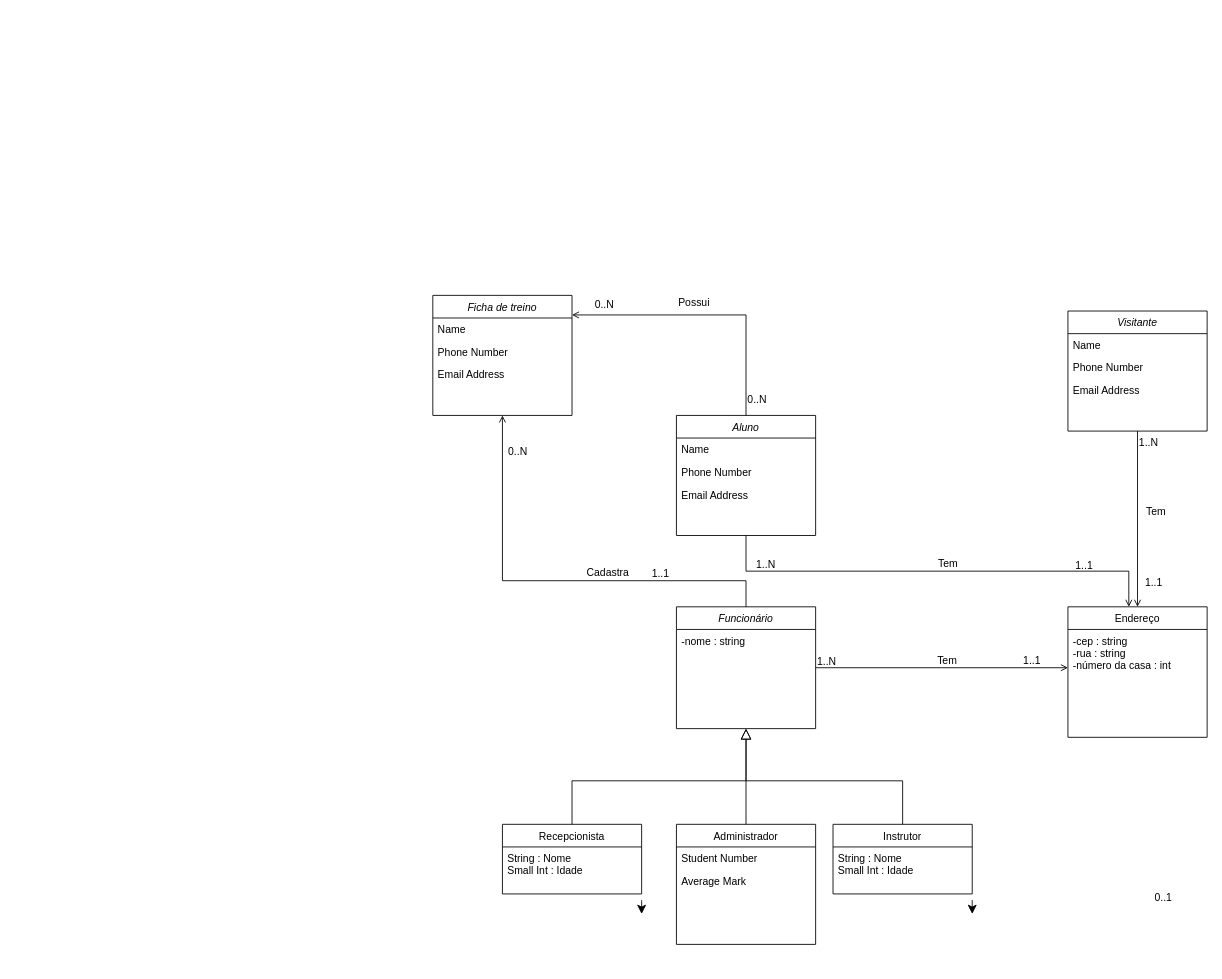
Before: Diagrama sem nome.drawio in LeandroSLm/Class-Diagram, a draw.io diagram. Source tidied: cells renumbered, new cells numbered last; positions are measured from the earlier drawing's top-left corner, leaving out a move shared by most shapes. Both pictures are drawn from the tidied source at 87%, with x=0, y=0 at pixel (432, 295).
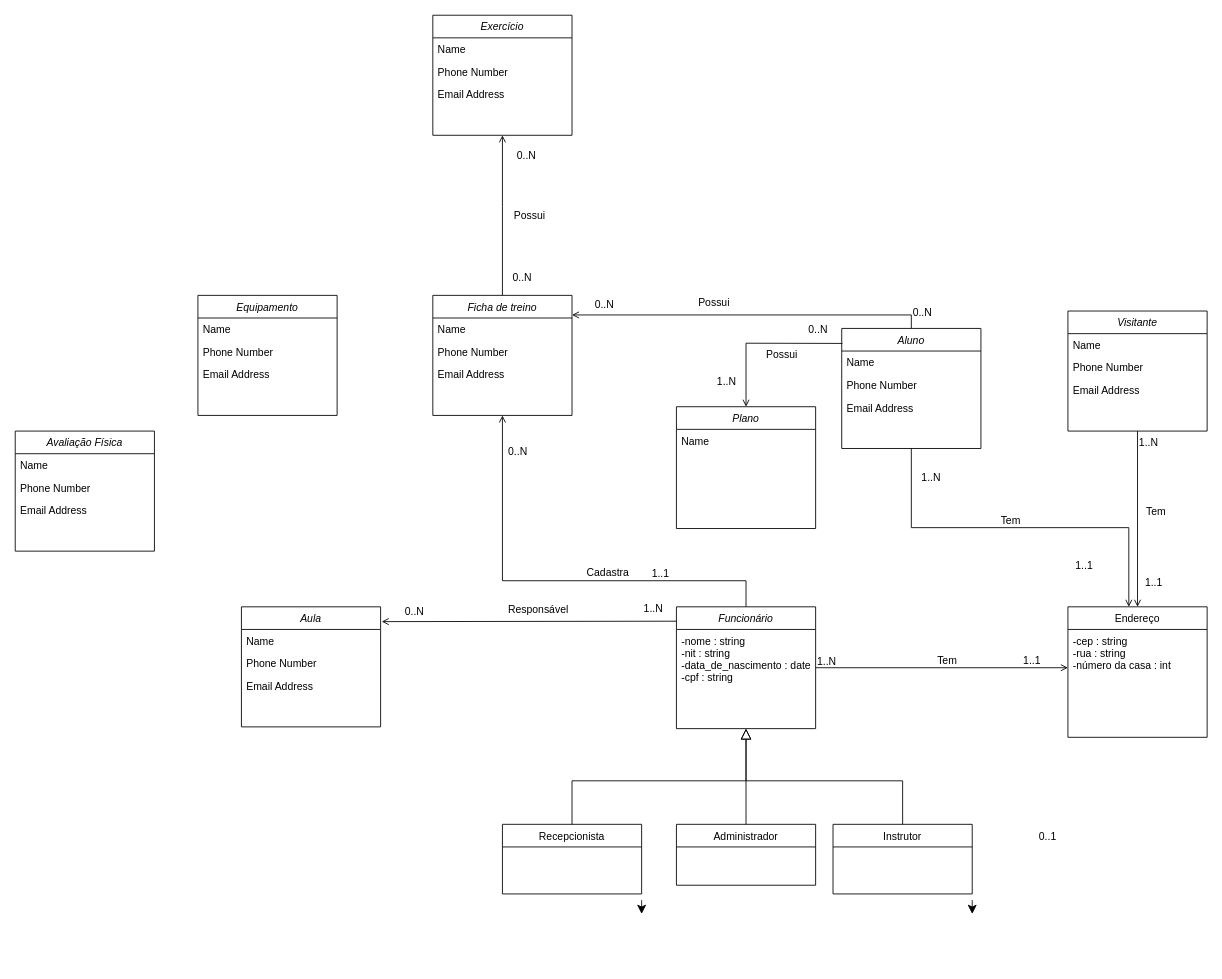
The same diagram, later.

Unchanged cells that the change refers to:
```xml
<mxCell id="2" value="Funcionário" style="swimlane;fontStyle=2;align=center;verticalAlign=top;horizontal=1;startSize=26;rounded=0;shadow=0;strokeWidth=1;" parent="1" vertex="1">
  <mxGeometry x="280" y="358" width="160" height="140" as="geometry" />
</mxCell>
<mxCell id="8" value="Instrutor" style="swimlane;fontStyle=0;align=center;verticalAlign=top;horizontal=1;startSize=26;rounded=0;shadow=0;strokeWidth=1;" parent="1" vertex="1">
  <mxGeometry x="460" y="608" width="160" height="80" as="geometry" />
</mxCell>
<mxCell id="23" value="Recepcionista" style="swimlane;fontStyle=0;align=center;verticalAlign=top;horizontal=1;startSize=26;rounded=0;shadow=0;strokeWidth=1;" parent="1" vertex="1">
  <mxGeometry x="80" y="608" width="160" height="80" as="geometry" />
</mxCell>
<mxCell id="31" value="Ficha de treino" style="swimlane;fontStyle=2;align=center;verticalAlign=top;horizontal=1;startSize=26;rounded=0;shadow=0;strokeWidth=1;" parent="1" vertex="1">
  <mxGeometry width="160" height="138" as="geometry" />
</mxCell>
```

The edit, as a diff of the source:
```diff
@@
-    <mxCell id="3" value="-nome : string" style="text;align=left;verticalAlign=top;spacingLeft=4;spacingRight=4;overflow=hidden;" parent="2" vertex="1">
+    <mxCell id="3" value="-nome : string&#10;-nit : string&#10;-data_de_nascimento : date&#10;-cpf : string&#10;" style="text;align=left;verticalAlign=top;spacingLeft=4;spacingRight=4;overflow=hidden;" parent="2" vertex="1">
       <mxGeometry y="26" width="160" height="114" as="geometry" />
     </mxCell>
     <mxCell id="4" value="Administrador" style="swimlane;fontStyle=0;align=center;verticalAlign=top;horizontal=1;startSize=26;rounded=0;shadow=0;strokeWidth=1;" parent="1" vertex="1">
-      <mxGeometry x="280" y="608" width="160" height="138" as="geometry" />
+      <mxGeometry x="280" y="608" width="160" height="70" as="geometry" />
     </mxCell>
-    <mxCell id="5" value="Student Number" style="text;align=left;verticalAlign=top;spacingLeft=4;spacingRight=4;overflow=hidden;" parent="4" vertex="1">
-      <mxGeometry y="26" width="160" height="26" as="geometry" />
-    </mxCell>
-    <mxCell id="6" value="Average Mark" style="text;align=left;verticalAlign=top;spacingLeft=4;spacingRight=4;overflow=hidden;rounded=0;shadow=0;html=0;" parent="4" vertex="1">
-      <mxGeometry y="52" width="160" height="26" as="geometry" />
-    </mxCell>
@@
-    <mxCell id="9" value="String : Nome&#10;Small Int : Idade&#10;" style="text;align=left;verticalAlign=top;spacingLeft=4;spacingRight=4;overflow=hidden;" parent="8" vertex="1">
-      <mxGeometry y="26" width="160" height="34" as="geometry" />
-    </mxCell>
@@
     <mxCell id="22" value="0..1" style="align=left;verticalAlign=bottom;labelBackgroundColor=none;fontSize=12;" parent="1" vertex="1">
-      <mxGeometry x="828" y="701" as="geometry" />
+      <mxGeometry x="830" y="768" as="geometry">
+        <mxPoint x="-135" y="-138" as="offset" />
+      </mxGeometry>
     </mxCell>
@@
-    <mxCell id="24" value="String : Nome&#10;Small Int : Idade&#10;" style="text;align=left;verticalAlign=top;spacingLeft=4;spacingRight=4;overflow=hidden;" parent="23" vertex="1">
+    <mxCell id="24" value="&#10;" style="text;align=left;verticalAlign=top;spacingLeft=4;spacingRight=4;overflow=hidden;" parent="23" vertex="1">
       <mxGeometry y="26" width="160" height="34" as="geometry" />
     </mxCell>
@@
     <mxCell id="27" value="Aluno&#10;" style="swimlane;fontStyle=2;align=center;verticalAlign=top;horizontal=1;startSize=26;rounded=0;shadow=0;strokeWidth=1;" parent="1" vertex="1">
-      <mxGeometry x="280" y="138" width="160" height="138" as="geometry" />
+      <mxGeometry x="470" y="38" width="160" height="138" as="geometry" />
     </mxCell>
@@
+    <mxCell id="51" value="Aula&#10;" style="swimlane;fontStyle=2;align=center;verticalAlign=top;horizontal=1;startSize=26;rounded=0;shadow=0;strokeWidth=1;" parent="1" vertex="1">
+      <mxGeometry x="-220" y="358" width="160" height="138" as="geometry" />
+    </mxCell>
+    <mxCell id="52" value="Name" style="text;align=left;verticalAlign=top;spacingLeft=4;spacingRight=4;overflow=hidden;" parent="51" vertex="1">
+      <mxGeometry y="26" width="160" height="26" as="geometry" />
+    </mxCell>
+    <mxCell id="53" value="Phone Number" style="text;align=left;verticalAlign=top;spacingLeft=4;spacingRight=4;overflow=hidden;rounded=0;shadow=0;html=0;" parent="51" vertex="1">
+      <mxGeometry y="52" width="160" height="26" as="geometry" />
+    </mxCell>
+    <mxCell id="54" value="Email Address" style="text;align=left;verticalAlign=top;spacingLeft=4;spacingRight=4;overflow=hidden;rounded=0;shadow=0;html=0;" parent="51" vertex="1">
+      <mxGeometry y="78" width="160" height="26" as="geometry" />
+    </mxCell>
+    <mxCell id="55" style="endArrow=open;shadow=0;strokeWidth=1;rounded=0;curved=0;endFill=1;edgeStyle=elbowEdgeStyle;elbow=vertical;exitX=0.002;exitY=0.118;exitDx=0;exitDy=0;exitPerimeter=0;entryX=1.008;entryY=0.127;entryDx=0;entryDy=0;entryPerimeter=0;" parent="1" edge="1" source="2" target="51">
+      <mxGeometry x="0.5" y="41" relative="1" as="geometry">
+        <mxPoint x="-40" y="32" as="offset" />
+      </mxGeometry>
+    </mxCell>
+    <mxCell id="56" value="1..N" style="align=left;verticalAlign=bottom;labelBackgroundColor=none;fontSize=12;" parent="55" vertex="1">
+      <mxGeometry x="-1" relative="1" as="geometry">
+        <mxPoint x="-40" y="-7" as="offset" />
+      </mxGeometry>
+    </mxCell>
+    <mxCell id="57" value="0..N" style="align=right;verticalAlign=bottom;labelBackgroundColor=none;fontSize=12;" parent="55" vertex="1">
+      <mxGeometry x="1" relative="1" as="geometry">
+        <mxPoint x="50" y="-4" as="offset" />
+      </mxGeometry>
+    </mxCell>
+    <mxCell id="58" value="Responsável" style="text;html=1;align=center;verticalAlign=middle;labelBackgroundColor=none;rounded=0;shadow=0;strokeWidth=1;fontSize=12;" parent="55" vertex="1">
+      <mxGeometry x="0.5" y="49" relative="1" as="geometry">
+        <mxPoint x="95" y="-63" as="offset" />
+      </mxGeometry>
+    </mxCell>
+    <mxCell id="59" value="Plano" style="swimlane;fontStyle=2;align=center;verticalAlign=top;horizontal=1;startSize=26;rounded=0;shadow=0;strokeWidth=1;" parent="1" vertex="1">
+      <mxGeometry x="280" y="128" width="160" height="140" as="geometry" />
+    </mxCell>
+    <mxCell id="60" value="Name" style="text;align=left;verticalAlign=top;spacingLeft=4;spacingRight=4;overflow=hidden;" parent="59" vertex="1">
+      <mxGeometry y="26" width="160" height="114" as="geometry" />
+    </mxCell>
+    <mxCell id="61" style="endArrow=open;shadow=0;strokeWidth=1;rounded=0;curved=0;endFill=1;edgeStyle=elbowEdgeStyle;elbow=vertical;exitX=0.005;exitY=0.125;exitDx=0;exitDy=0;exitPerimeter=0;entryX=0.5;entryY=0;entryDx=0;entryDy=0;" parent="1" edge="1" source="27" target="59">
+      <mxGeometry x="0.5" y="41" relative="1" as="geometry">
+        <Array as="points">
+          <mxPoint x="420" y="55" />
+        </Array>
+        <mxPoint x="-40" y="32" as="offset" />
+      </mxGeometry>
+    </mxCell>
+    <mxCell id="62" value="0..N" style="align=left;verticalAlign=bottom;labelBackgroundColor=none;fontSize=12;" parent="61" vertex="1">
+      <mxGeometry x="-1" relative="1" as="geometry">
+        <mxPoint x="-41" y="-7" as="offset" />
+      </mxGeometry>
+    </mxCell>
+    <mxCell id="63" value="1..N" style="align=right;verticalAlign=bottom;labelBackgroundColor=none;fontSize=12;" parent="61" vertex="1">
+      <mxGeometry x="1" relative="1" as="geometry">
+        <mxPoint x="-10" y="-20" as="offset" />
+      </mxGeometry>
+    </mxCell>
+    <mxCell id="64" value="Possui" style="text;html=1;align=center;verticalAlign=middle;labelBackgroundColor=none;rounded=0;shadow=0;strokeWidth=1;fontSize=12;" parent="61" vertex="1">
+      <mxGeometry x="0.5" y="49" relative="1" as="geometry">
+        <mxPoint x="-9" y="-14" as="offset" />
+      </mxGeometry>
+    </mxCell>
+    <mxCell id="65" value="Equipamento" style="swimlane;fontStyle=2;align=center;verticalAlign=top;horizontal=1;startSize=26;rounded=0;shadow=0;strokeWidth=1;" parent="1" vertex="1">
+      <mxGeometry x="-270" width="160" height="138" as="geometry" />
+    </mxCell>
+    <mxCell id="66" value="Name" style="text;align=left;verticalAlign=top;spacingLeft=4;spacingRight=4;overflow=hidden;" parent="65" vertex="1">
+      <mxGeometry y="26" width="160" height="26" as="geometry" />
+    </mxCell>
+    <mxCell id="67" value="Phone Number" style="text;align=left;verticalAlign=top;spacingLeft=4;spacingRight=4;overflow=hidden;rounded=0;shadow=0;html=0;" parent="65" vertex="1">
+      <mxGeometry y="52" width="160" height="26" as="geometry" />
+    </mxCell>
+    <mxCell id="68" value="Email Address" style="text;align=left;verticalAlign=top;spacingLeft=4;spacingRight=4;overflow=hidden;rounded=0;shadow=0;html=0;" parent="65" vertex="1">
+      <mxGeometry y="78" width="160" height="26" as="geometry" />
+    </mxCell>
+    <mxCell id="69" style="edgeStyle=none;curved=1;rounded=0;orthogonalLoop=1;jettySize=auto;html=1;exitX=0.75;exitY=0;exitDx=0;exitDy=0;fontSize=12;startSize=8;endSize=8;" parent="1" edge="1" source="65" target="65">
+      <mxGeometry relative="1" as="geometry" />
+    </mxCell>
+    <mxCell id="70" value="Exercício" style="swimlane;fontStyle=2;align=center;verticalAlign=top;horizontal=1;startSize=26;rounded=0;shadow=0;strokeWidth=1;" parent="1" vertex="1">
+      <mxGeometry y="-322" width="160" height="138" as="geometry" />
+    </mxCell>
+    <mxCell id="71" value="Name" style="text;align=left;verticalAlign=top;spacingLeft=4;spacingRight=4;overflow=hidden;" parent="70" vertex="1">
+      <mxGeometry y="26" width="160" height="26" as="geometry" />
+    </mxCell>
+    <mxCell id="72" value="Phone Number" style="text;align=left;verticalAlign=top;spacingLeft=4;spacingRight=4;overflow=hidden;rounded=0;shadow=0;html=0;" parent="70" vertex="1">
+      <mxGeometry y="52" width="160" height="26" as="geometry" />
+    </mxCell>
+    <mxCell id="73" value="Email Address" style="text;align=left;verticalAlign=top;spacingLeft=4;spacingRight=4;overflow=hidden;rounded=0;shadow=0;html=0;" parent="70" vertex="1">
+      <mxGeometry y="78" width="160" height="26" as="geometry" />
+    </mxCell>
+    <mxCell id="74" style="endArrow=open;shadow=0;strokeWidth=1;rounded=0;curved=0;endFill=1;edgeStyle=elbowEdgeStyle;elbow=vertical;exitX=0.5;exitY=0;exitDx=0;exitDy=0;entryX=0.5;entryY=1;entryDx=0;entryDy=0;" parent="1" edge="1" source="31" target="70">
+      <mxGeometry x="0.5" y="41" relative="1" as="geometry">
+        <Array as="points">
+          <mxPoint x="70" y="-102" />
+        </Array>
+        <mxPoint x="-40" y="32" as="offset" />
+      </mxGeometry>
+    </mxCell>
+    <mxCell id="75" value="0..N" style="align=left;verticalAlign=bottom;labelBackgroundColor=none;fontSize=12;" parent="74" vertex="1">
+      <mxGeometry x="-1" relative="1" as="geometry">
+        <mxPoint x="10" y="-12" as="offset" />
+      </mxGeometry>
+    </mxCell>
+    <mxCell id="76" value="0..N" style="align=right;verticalAlign=bottom;labelBackgroundColor=none;fontSize=12;" parent="74" vertex="1">
+      <mxGeometry x="1" relative="1" as="geometry">
+        <mxPoint x="40" y="32" as="offset" />
+      </mxGeometry>
+    </mxCell>
+    <mxCell id="77" value="Possui" style="text;html=1;align=center;verticalAlign=middle;labelBackgroundColor=none;rounded=0;shadow=0;strokeWidth=1;fontSize=12;" parent="74" vertex="1">
+      <mxGeometry x="0.5" y="49" relative="1" as="geometry">
+        <mxPoint x="79" y="46" as="offset" />
+      </mxGeometry>
+    </mxCell>
+    <mxCell id="78" value="Avaliação Física" style="swimlane;fontStyle=2;align=center;verticalAlign=top;horizontal=1;startSize=26;rounded=0;shadow=0;strokeWidth=1;" parent="1" vertex="1">
+      <mxGeometry x="-480" y="156" width="160" height="138" as="geometry" />
+    </mxCell>
+    <mxCell id="79" value="Name" style="text;align=left;verticalAlign=top;spacingLeft=4;spacingRight=4;overflow=hidden;" parent="78" vertex="1">
+      <mxGeometry y="26" width="160" height="26" as="geometry" />
+    </mxCell>
+    <mxCell id="80" value="Phone Number" style="text;align=left;verticalAlign=top;spacingLeft=4;spacingRight=4;overflow=hidden;rounded=0;shadow=0;html=0;" parent="78" vertex="1">
+      <mxGeometry y="52" width="160" height="26" as="geometry" />
+    </mxCell>
+    <mxCell id="81" value="Email Address" style="text;align=left;verticalAlign=top;spacingLeft=4;spacingRight=4;overflow=hidden;rounded=0;shadow=0;html=0;" parent="78" vertex="1">
+      <mxGeometry y="78" width="160" height="26" as="geometry" />
+    </mxCell>
```
